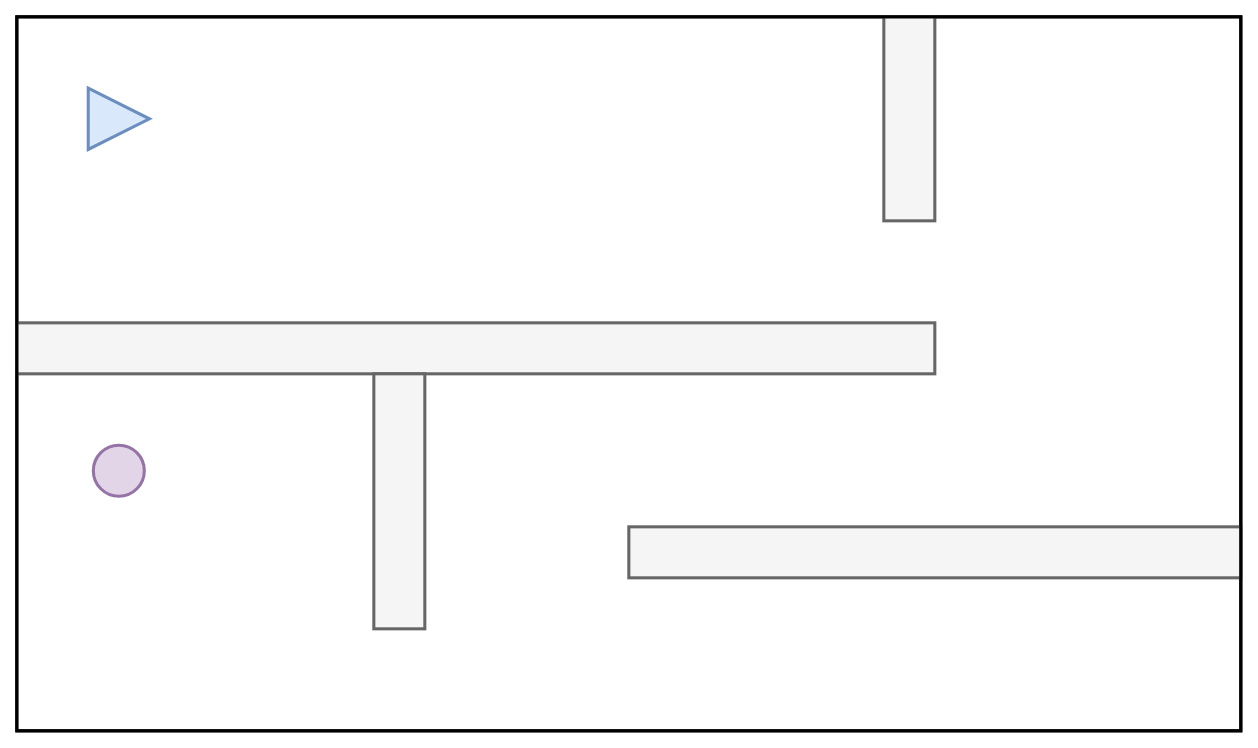
Fabien-Math/SLAM keeps this draw.io diagram as page "BenchmarkMaps" (4 of 9) of scheme.drawio. Above is the earlier version. Source tidied: cells renumbered, new cells numbered last; positions are measured from the earlier drawing's top-left corner, leaving out a move shared by most shapes. Both pictures are drawn from the tidied source at 102%, with x=0, y=0 at pixel (16, 16).
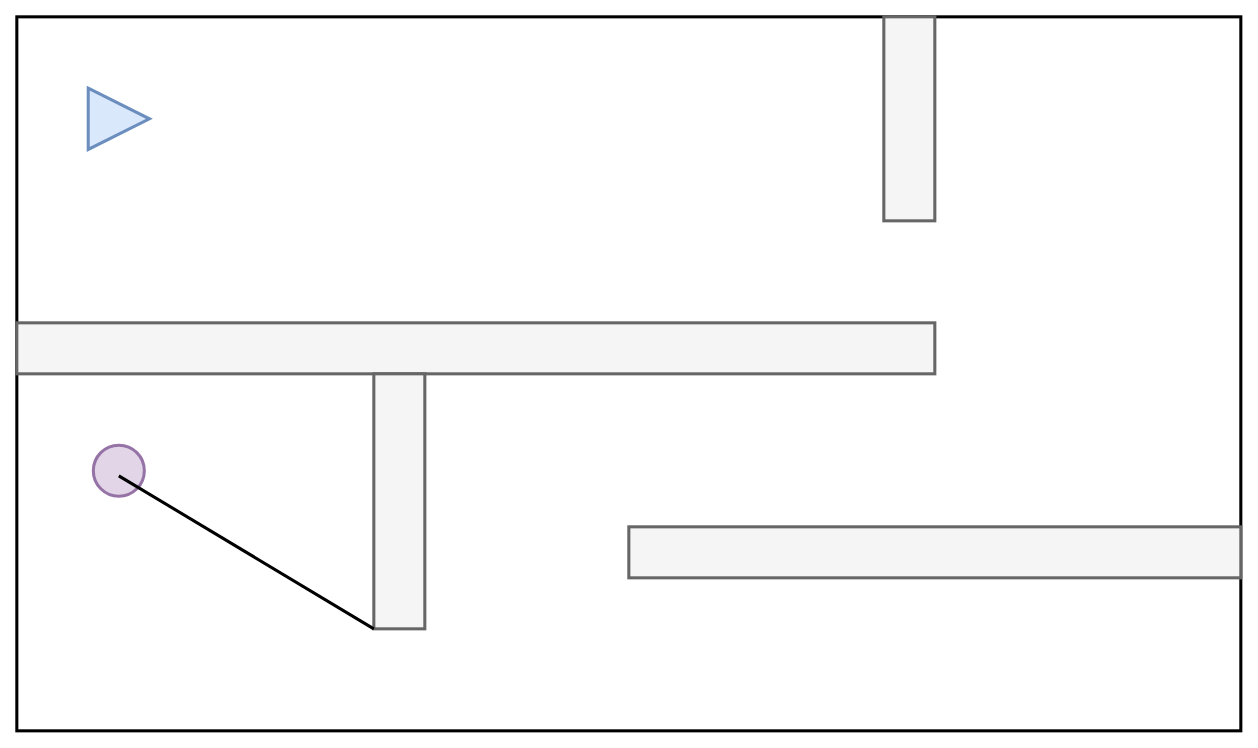
The same page after the edit.

What changed in the source:
```diff
@@
 <mxGraphModel>
   <root>
     <mxCell id="0" />
     <mxCell id="1" parent="0" />
     <mxCell id="2" style="rounded=0;whiteSpace=wrap;html=1;strokeWidth=3;" parent="1" vertex="1">
       <mxGeometry width="1200" height="700" as="geometry" />
     </mxCell>
     <mxCell id="3" style="rounded=0;whiteSpace=wrap;html=1;strokeColor=#666666;strokeWidth=3;fillColor=#f5f5f5;fontColor=#333333;" parent="1" vertex="1">
       <mxGeometry x="850" width="50" height="200" as="geometry" />
     </mxCell>
     <mxCell id="4" style="rounded=0;whiteSpace=wrap;html=1;strokeColor=#666666;strokeWidth=3;fillColor=#f5f5f5;fontColor=#333333;" parent="1" vertex="1">
       <mxGeometry y="300" width="900" height="50" as="geometry" />
     </mxCell>
     <mxCell id="5" style="rounded=0;whiteSpace=wrap;html=1;strokeColor=#666666;strokeWidth=3;fillColor=#f5f5f5;fontColor=#333333;" parent="1" vertex="1">
       <mxGeometry x="350" y="350" width="50" height="250" as="geometry" />
     </mxCell>
     <mxCell id="6" style="rounded=0;whiteSpace=wrap;html=1;strokeColor=#666666;strokeWidth=3;fillColor=#f5f5f5;fontColor=#333333;" parent="1" vertex="1">
       <mxGeometry x="600" y="500" width="600" height="50" as="geometry" />
     </mxCell>
     <mxCell id="7" style="triangle;whiteSpace=wrap;html=1;strokeColor=#6c8ebf;strokeWidth=3;fillColor=#dae8fc;" parent="1" vertex="1">
       <mxGeometry x="70" y="70" width="60" height="60" as="geometry" />
     </mxCell>
     <mxCell id="8" style="ellipse;whiteSpace=wrap;html=1;strokeColor=#9673a6;strokeWidth=3;fillColor=#e1d5e7;" parent="1" vertex="1">
       <mxGeometry x="75" y="420" width="50" height="50" as="geometry" />
     </mxCell>
-    <mxCell id="9" parent="0" />
-    <mxCell id="10" style="rounded=0;whiteSpace=wrap;html=1;strokeWidth=3;fillColor=none;" parent="9" vertex="1">
-      <mxGeometry width="1200" height="700" as="geometry" />
-    </mxCell>
+    <mxCell id="11" style="endArrow=none;html=1;rounded=1;strokeColor=default;strokeWidth=3;align=center;verticalAlign=middle;fontFamily=Helvetica;fontSize=12;fontColor=default;labelBackgroundColor=default;" parent="1" edge="1">
+      <mxGeometry relative="1" as="geometry">
+        <mxPoint x="100" y="450" as="sourcePoint" />
+        <mxPoint x="350" y="600" as="targetPoint" />
+      </mxGeometry>
+    </mxCell>
   </root>
 </mxGraphModel>
```
